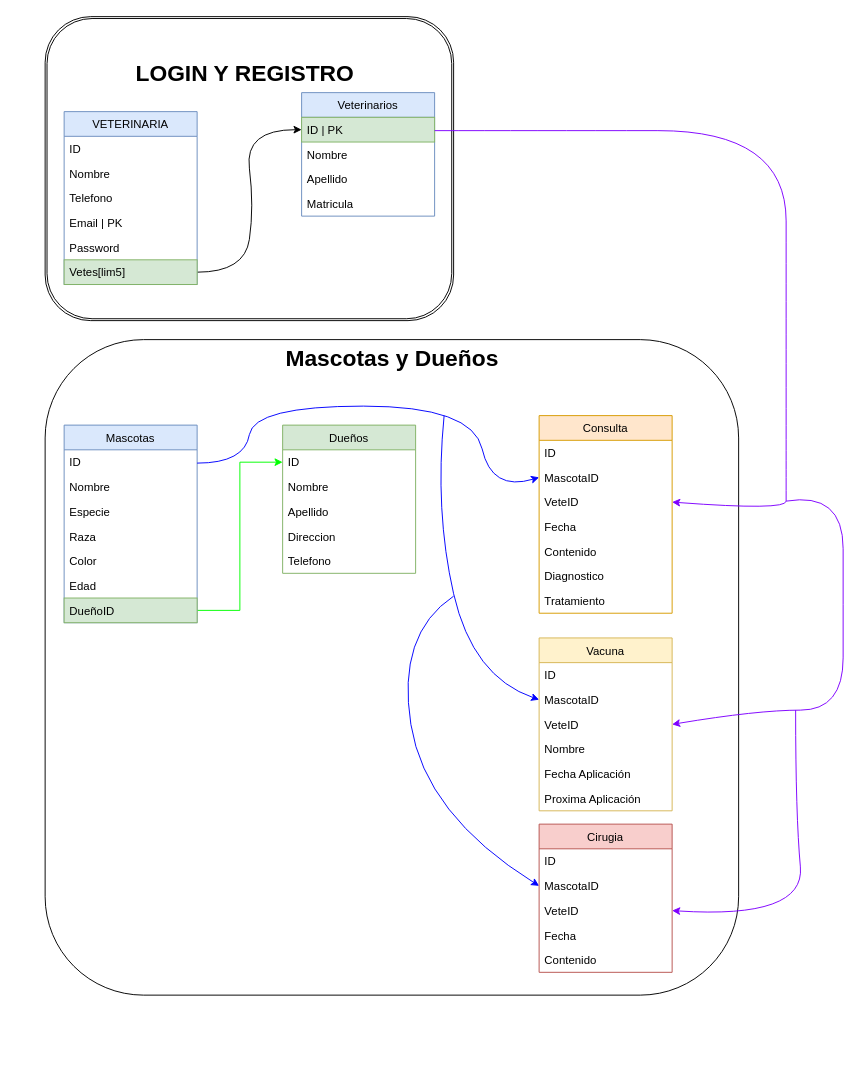
franco-es/sis-vet keeps this draw.io diagram as SISVET_DRAW-IO_ESQUEMA.drawio. Above is the earlier version. Source tidied: cells renumbered, new cells numbered last; positions are measured from the earlier drawing's top-left corner, leaving out a move shared by most shapes. Both pictures are drawn from the tidied source at 95%, with x=0, y=0 at pixel (45, 16).
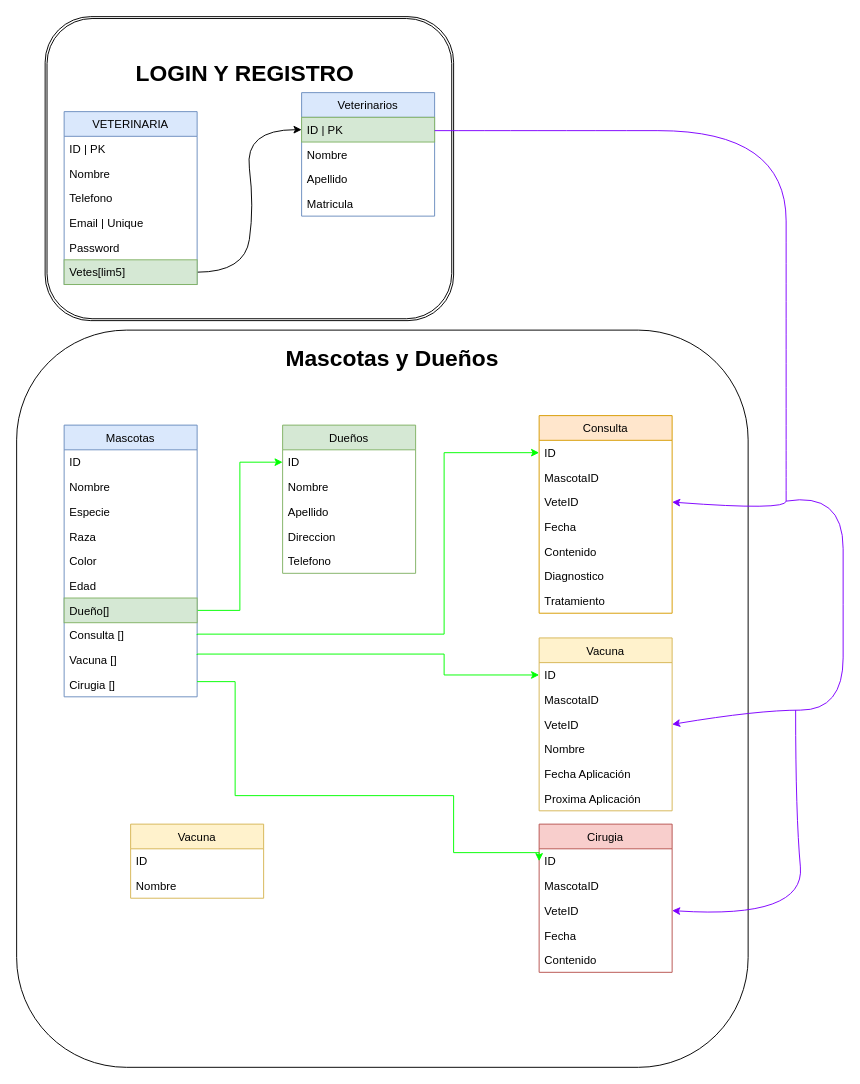
The same page after the edit.

Unchanged cells that the change refers to:
```xml
<mxCell id="8" value="VETERINARIA" style="swimlane;fontStyle=0;horizontal=1;startSize=26;fillColor=#dae8fc;strokeColor=#6c8ebf;" parent="1" vertex="1">
  <mxGeometry x="20" y="100" width="140" height="182" as="geometry" />
</mxCell>
<mxCell id="35" value="ID" style="text;strokeColor=none;fillColor=none;align=left;verticalAlign=top;spacingLeft=4;spacingRight=4;overflow=hidden;points=[[0,0.5],[1,0.5]];portConstraint=eastwest;" parent="34" vertex="1">
  <mxGeometry y="26" width="140" height="26" as="geometry" />
</mxCell>
<mxCell id="36" value="MascotaID" style="text;strokeColor=none;fillColor=none;align=left;verticalAlign=top;spacingLeft=4;spacingRight=4;overflow=hidden;points=[[0,0.5],[1,0.5]];portConstraint=eastwest;" parent="34" vertex="1">
  <mxGeometry y="52" width="140" height="26" as="geometry" />
</mxCell>
<mxCell id="46" value="ID" style="text;strokeColor=none;fillColor=none;align=left;verticalAlign=top;spacingLeft=4;spacingRight=4;overflow=hidden;points=[[0,0.5],[1,0.5]];portConstraint=eastwest;" parent="45" vertex="1">
  <mxGeometry y="26" width="140" height="26" as="geometry" />
</mxCell>
<mxCell id="47" value="MascotaID" style="text;strokeColor=none;fillColor=none;align=left;verticalAlign=top;spacingLeft=4;spacingRight=4;overflow=hidden;points=[[0,0.5],[1,0.5]];portConstraint=eastwest;" parent="45" vertex="1">
  <mxGeometry y="52" width="140" height="26" as="geometry" />
</mxCell>
<mxCell id="53" value="ID" style="text;strokeColor=none;fillColor=none;align=left;verticalAlign=top;spacingLeft=4;spacingRight=4;overflow=hidden;points=[[0,0.5],[1,0.5]];portConstraint=eastwest;" parent="52" vertex="1">
  <mxGeometry y="26" width="140" height="26" as="geometry" />
</mxCell>
<mxCell id="54" value="MascotaID" style="text;strokeColor=none;fillColor=none;align=left;verticalAlign=top;spacingLeft=4;spacingRight=4;overflow=hidden;points=[[0,0.5],[1,0.5]];portConstraint=eastwest;" parent="52" vertex="1">
  <mxGeometry y="52" width="140" height="26" as="geometry" />
</mxCell>
```

Diff of the diagram source:
```diff
@@
     <mxCell id="5" style="rounded=1;whiteSpace=wrap;html=1;" parent="1" vertex="1">
-      <mxGeometry y="340" width="730" height="690" as="geometry" />
+      <mxGeometry x="-30" y="330" width="770" height="776" as="geometry" />
     </mxCell>
@@
-    <mxCell id="9" value="ID " style="text;strokeColor=none;fillColor=none;align=left;verticalAlign=top;spacingLeft=4;spacingRight=4;overflow=hidden;" parent="8" vertex="1">
+    <mxCell id="9" value="ID | PK" style="text;strokeColor=none;fillColor=none;align=left;verticalAlign=top;spacingLeft=4;spacingRight=4;overflow=hidden;" parent="8" vertex="1">
       <mxGeometry y="26" width="140" height="26" as="geometry" />
     </mxCell>
@@
-    <mxCell id="12" value="Email | PK" style="text;strokeColor=none;fillColor=none;align=left;verticalAlign=top;spacingLeft=4;spacingRight=4;overflow=hidden;" parent="8" vertex="1">
+    <mxCell id="12" value="Email | Unique" style="text;strokeColor=none;fillColor=none;align=left;verticalAlign=top;spacingLeft=4;spacingRight=4;overflow=hidden;" parent="8" vertex="1">
       <mxGeometry y="104" width="140" height="26" as="geometry" />
     </mxCell>
@@
     <mxCell id="20" value="Mascotas" style="swimlane;fontStyle=0;horizontal=1;startSize=26;fillColor=#dae8fc;strokeColor=#6c8ebf;" parent="1" vertex="1">
-      <mxGeometry x="20" y="430" width="140" height="208" as="geometry" />
+      <mxGeometry x="20" y="430" width="140" height="286" as="geometry" />
     </mxCell>
@@
-    <mxCell id="27" value="DueñoID" style="text;strokeColor=#82b366;fillColor=#d5e8d4;align=left;verticalAlign=top;spacingLeft=4;spacingRight=4;overflow=hidden;points=[[0,0.5],[1,0.5]];portConstraint=eastwest;" parent="20" vertex="1">
+    <mxCell id="27" value="Dueño[]" style="text;strokeColor=#82b366;fillColor=#d5e8d4;align=left;verticalAlign=top;spacingLeft=4;spacingRight=4;overflow=hidden;points=[[0,0.5],[1,0.5]];portConstraint=eastwest;" parent="20" vertex="1">
       <mxGeometry y="182" width="140" height="26" as="geometry" />
     </mxCell>
+    <mxCell id="61" value="Consulta []" style="text;strokeColor=none;fillColor=none;align=left;verticalAlign=top;spacingLeft=4;spacingRight=4;overflow=hidden;points=[[0,0.5],[1,0.5]];portConstraint=eastwest;" parent="20" vertex="1">
+      <mxGeometry y="208" width="140" height="26" as="geometry" />
+    </mxCell>
+    <mxCell id="62" value="Vacuna []" style="text;strokeColor=none;fillColor=none;align=left;verticalAlign=top;spacingLeft=4;spacingRight=4;overflow=hidden;" parent="20" vertex="1">
+      <mxGeometry y="234" width="140" height="26" as="geometry" />
+    </mxCell>
+    <mxCell id="63" value="Cirugia []" style="text;strokeColor=none;fillColor=none;align=left;verticalAlign=top;spacingLeft=4;spacingRight=4;overflow=hidden;" parent="20" vertex="1">
+      <mxGeometry y="260" width="140" height="26" as="geometry" />
+    </mxCell>
@@
-    <mxCell id="42" style="curved=1;endArrow=classic;html=1;entryX=0;entryY=0.5;entryDx=0;entryDy=0;strokeColor=#0000FF;" parent="1" edge="1" target="36">
-      <mxGeometry relative="1" as="geometry">
-        <mxPoint x="160" y="470" as="sourcePoint" />
-        <Array as="points">
-          <mxPoint x="210" y="470" />
-          <mxPoint x="220" y="410" />
-          <mxPoint x="450" y="410" />
-          <mxPoint x="470" y="500" />
-        </Array>
-      </mxGeometry>
-    </mxCell>
-    <mxCell id="43" style="curved=1;endArrow=classic;html=1;strokeColor=#0000FF;entryX=0;entryY=0.5;entryDx=0;entryDy=0;" parent="1" edge="1" target="47">
-      <mxGeometry relative="1" as="geometry">
-        <mxPoint x="420" y="420" as="sourcePoint" />
-        <Array as="points">
-          <mxPoint x="410" y="520" />
-          <mxPoint x="450" y="695" />
-        </Array>
-      </mxGeometry>
-    </mxCell>
-    <mxCell id="44" style="curved=1;endArrow=classic;html=1;strokeColor=#0000FF;entryX=0;entryY=0.5;entryDx=0;entryDy=0;" parent="1" edge="1" target="54">
-      <mxGeometry relative="1" as="geometry">
-        <mxPoint x="430" y="610" as="sourcePoint" />
-        <Array as="points">
-          <mxPoint x="370" y="650" />
-          <mxPoint x="400" y="840" />
-        </Array>
-      </mxGeometry>
-    </mxCell>
@@
+    <mxCell id="64" style="edgeStyle=orthogonalEdgeStyle;rounded=0;jettySize=auto;html=1;exitX=1;exitY=0.5;exitDx=0;exitDy=0;entryX=0;entryY=0.5;entryDx=0;entryDy=0;strokeColor=#00FF00;" parent="1" edge="1" source="61" target="35">
+      <mxGeometry relative="1" as="geometry">
+        <Array as="points">
+          <mxPoint x="160" y="650" />
+          <mxPoint x="420" y="650" />
+          <mxPoint x="420" y="459" />
+        </Array>
+      </mxGeometry>
+    </mxCell>
+    <mxCell id="65" style="edgeStyle=orthogonalEdgeStyle;rounded=0;jettySize=auto;html=1;exitX=1;exitY=0.5;exitDx=0;exitDy=0;entryX=0;entryY=0.5;entryDx=0;entryDy=0;strokeColor=#00FF00;" parent="1" edge="1" target="46">
+      <mxGeometry relative="1" as="geometry">
+        <mxPoint x="160" y="672" as="sourcePoint" />
+        <Array as="points">
+          <mxPoint x="160" y="671" />
+          <mxPoint x="420" y="671" />
+          <mxPoint x="420" y="693" />
+        </Array>
+      </mxGeometry>
+    </mxCell>
+    <mxCell id="66" style="edgeStyle=orthogonalEdgeStyle;rounded=0;jettySize=auto;html=1;entryX=0;entryY=0.5;entryDx=0;entryDy=0;strokeColor=#00FF00;" parent="1" edge="1" target="53">
+      <mxGeometry relative="1" as="geometry">
+        <mxPoint x="160" y="700" as="sourcePoint" />
+        <Array as="points">
+          <mxPoint x="200" y="700" />
+          <mxPoint x="200" y="820" />
+          <mxPoint x="430" y="820" />
+          <mxPoint x="430" y="880" />
+          <mxPoint x="520" y="880" />
+        </Array>
+      </mxGeometry>
+    </mxCell>
+    <mxCell id="67" value="Vacuna" style="swimlane;fontStyle=0;horizontal=1;startSize=26;fillColor=#fff2cc;strokeColor=#d6b656;" parent="1" vertex="1">
+      <mxGeometry x="90" y="850" width="140" height="78" as="geometry" />
+    </mxCell>
+    <mxCell id="68" value="ID" style="text;strokeColor=none;fillColor=none;align=left;verticalAlign=top;spacingLeft=4;spacingRight=4;overflow=hidden;" parent="67" vertex="1">
+      <mxGeometry y="26" width="140" height="26" as="geometry" />
+    </mxCell>
+    <mxCell id="69" value="Nombre" style="text;strokeColor=none;fillColor=none;align=left;verticalAlign=top;spacingLeft=4;spacingRight=4;overflow=hidden;" parent="67" vertex="1">
+      <mxGeometry y="52" width="140" height="26" as="geometry" />
+    </mxCell>
```
